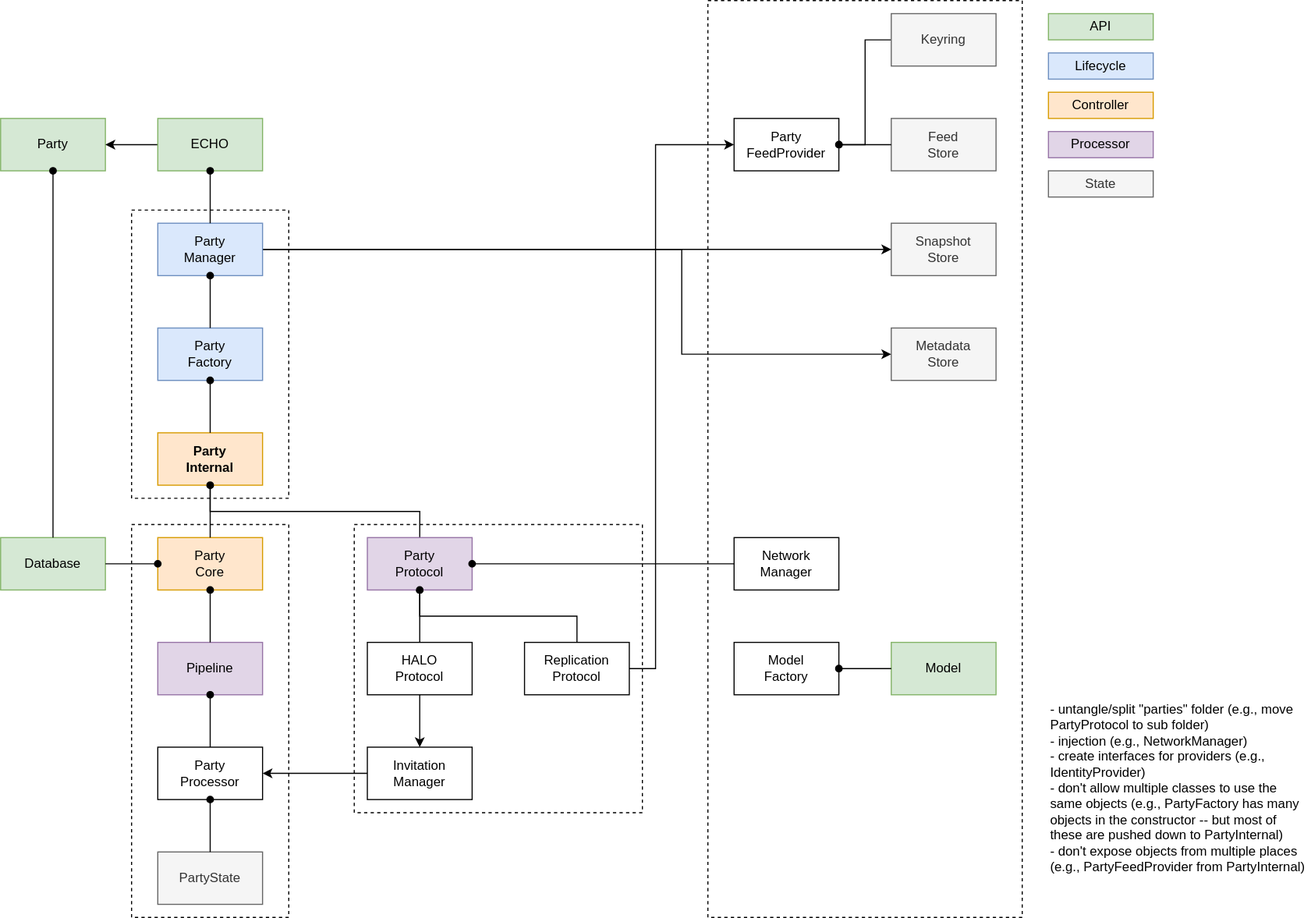
Before: docs/assets/diagrams/echo-db.drawio.svg, a diagram exported from draw.io (dxos/dxos). Source tidied: cells renumbered, new cells last; positions are measured from the earlier drawing's top-left corner, leaving out a move shared by most shapes.
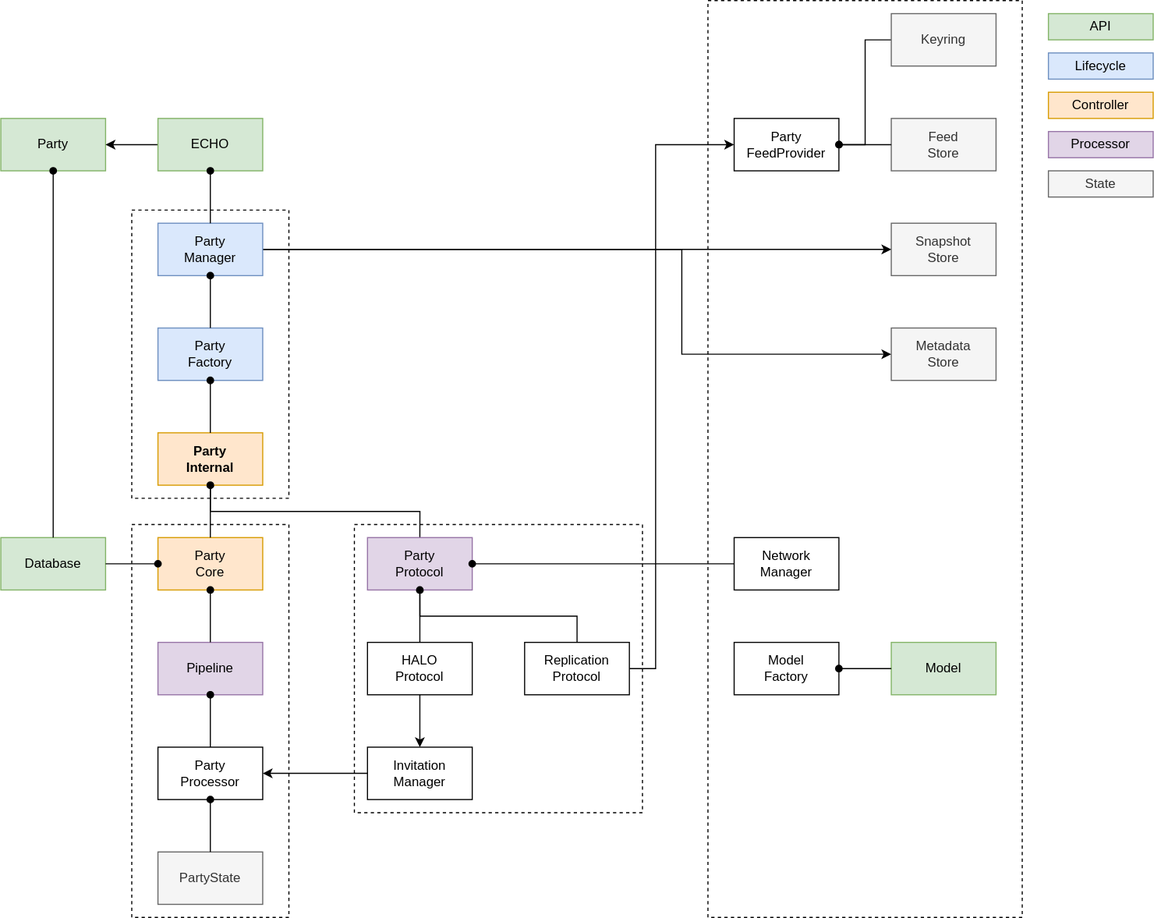
The same file after the commit.

What changed in the source:
```diff
@@ -150,9 +150,6 @@
     <mxCell id="45" style="edgeStyle=orthogonalEdgeStyle;rounded=0;jettySize=auto;html=1;exitX=1;exitY=0.5;exitDx=0;exitDy=0;startArrow=oval;startFill=1;endArrow=none;endFill=0;" parent="1" edge="1" source="18" target="19">
       <mxGeometry relative="1" as="geometry" />
     </mxCell>
-    <mxCell id="46" value="- untangle/split &quot;parties&quot; folder (e.g., move PartyProtocol to sub folder)&lt;br&gt;- injection (e.g., NetworkManager)&lt;br&gt;- create interfaces for providers (e.g., IdentityProvider)&lt;br&gt;- don't allow multiple classes to use the same objects (e.g., PartyFactory has many objects in the constructor -- but most of these are pushed down to PartyInternal)&lt;br&gt;- don't expose objects from multiple places (e.g., PartyFeedProvider from PartyInternal)" style="rounded=0;whiteSpace=wrap;html=1;fillColor=none;align=left;verticalAlign=top;strokeColor=none;" parent="1" vertex="1">
-      <mxGeometry x="960" y="636" width="240" height="192" as="geometry" />
-    </mxCell>
     <mxCell id="47" value="Controller" style="rounded=0;whiteSpace=wrap;html=1;fillColor=#ffe6cc;strokeColor=#d79b00;" parent="1" vertex="1">
       <mxGeometry x="960" y="84" width="96" height="24" as="geometry" />
     </mxCell>
```
